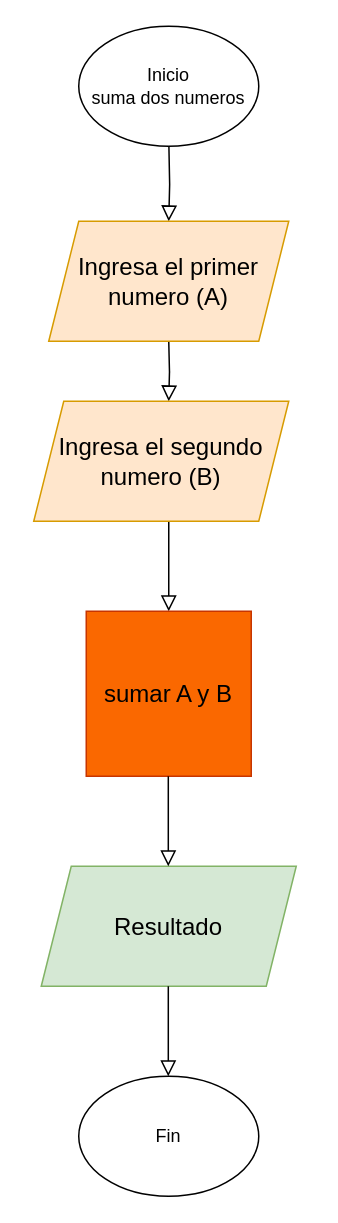
Above: code/Diagrama sin título.drawio in AxMar1221/algoritmos-diagramas (draw.io), before the change. Source tidied: cells renumbered, new cells numbered last; positions are measured from the earlier drawing's top-left corner, leaving out a move shared by most shapes. Both pictures are drawn from the tidied source at 150%, with x=0, y=0 at pixel (33, 26).
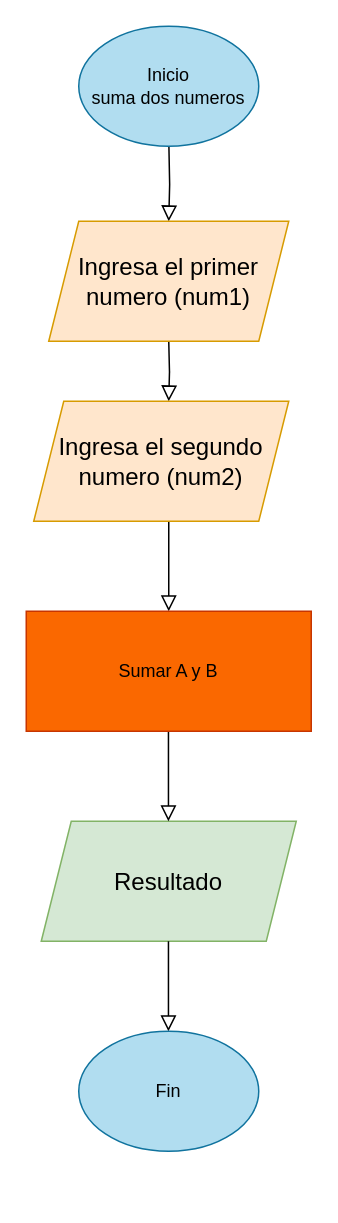
The same page after the edit.

Commit message:
sumar dos números.drawio

What changed in the source:
```diff
@@
 <mxGraphModel>
   <root>
     <mxCell id="0" />
     <mxCell id="1" parent="0" />
     <mxCell id="2" style="rounded=0;html=1;jettySize=auto;orthogonalLoop=1;fontSize=11;endArrow=block;endFill=0;endSize=8;strokeWidth=1;shadow=0;labelBackgroundColor=none;edgeStyle=orthogonalEdgeStyle;" parent="1" edge="1">
       <mxGeometry relative="1" as="geometry">
         <mxPoint x="90.1" y="80" as="sourcePoint" />
         <mxPoint x="90" y="130" as="targetPoint" />
       </mxGeometry>
     </mxCell>
     <mxCell id="3" style="rounded=0;html=1;jettySize=auto;orthogonalLoop=1;fontSize=11;endArrow=block;endFill=0;endSize=8;strokeWidth=1;shadow=0;labelBackgroundColor=none;edgeStyle=orthogonalEdgeStyle;" parent="1" edge="1">
       <mxGeometry y="20" relative="1" as="geometry">
         <mxPoint x="90" y="210" as="sourcePoint" />
         <mxPoint x="90" y="250" as="targetPoint" />
       </mxGeometry>
     </mxCell>
     <mxCell id="4" style="rounded=0;html=1;jettySize=auto;orthogonalLoop=1;fontSize=11;endArrow=block;endFill=0;endSize=8;strokeWidth=1;shadow=0;labelBackgroundColor=none;edgeStyle=orthogonalEdgeStyle;" parent="1" edge="1">
       <mxGeometry x="0.33" y="20" relative="1" as="geometry">
         <mxPoint x="90" y="330" as="sourcePoint" />
         <mxPoint x="90" y="390" as="targetPoint" />
       </mxGeometry>
     </mxCell>
-    <mxCell id="5" value="Ingresa el primer numero (A)" style="shape=parallelogram;perimeter=parallelogramPerimeter;whiteSpace=wrap;html=1;fixedSize=1;fontSize=16;fillColor=#ffe6cc;strokeColor=#d79b00;" parent="1" vertex="1">
+    <mxCell id="5" value="Ingresa el primer numero (num1)" style="shape=parallelogram;perimeter=parallelogramPerimeter;whiteSpace=wrap;html=1;fixedSize=1;fontSize=16;fillColor=#ffe6cc;strokeColor=#d79b00;" parent="1" vertex="1">
       <mxGeometry x="10" y="130" width="160" height="80" as="geometry" />
     </mxCell>
-    <mxCell id="6" value="Ingresa el segundo numero (B)" style="shape=parallelogram;perimeter=parallelogramPerimeter;whiteSpace=wrap;html=1;fixedSize=1;fontSize=16;fillColor=#ffe6cc;strokeColor=#d79b00;" parent="1" vertex="1">
+    <mxCell id="6" value="Ingresa el segundo numero (num2)" style="shape=parallelogram;perimeter=parallelogramPerimeter;whiteSpace=wrap;html=1;fixedSize=1;fontSize=16;fillColor=#ffe6cc;strokeColor=#d79b00;" parent="1" vertex="1">
       <mxGeometry y="250" width="170" height="80" as="geometry" />
     </mxCell>
-    <mxCell id="7" value="sumar A y B" style="whiteSpace=wrap;html=1;fontSize=16;fillColor=#fa6800;fontColor=#000000;strokeColor=#C73500;" parent="1" vertex="1">
-      <mxGeometry x="35" y="390" width="110" height="110" as="geometry" />
-    </mxCell>
     <mxCell id="8" value="Resultado" style="shape=parallelogram;perimeter=parallelogramPerimeter;whiteSpace=wrap;html=1;fixedSize=1;fontSize=16;fillColor=#d5e8d4;strokeColor=#82b366;" parent="1" vertex="1">
-      <mxGeometry x="5" y="560" width="170" height="80" as="geometry" />
+      <mxGeometry x="5" y="530" width="170" height="80" as="geometry" />
     </mxCell>
     <mxCell id="9" style="rounded=0;html=1;jettySize=auto;orthogonalLoop=1;fontSize=11;endArrow=block;endFill=0;endSize=8;strokeWidth=1;shadow=0;labelBackgroundColor=none;edgeStyle=orthogonalEdgeStyle;" parent="1" edge="1">
       <mxGeometry x="0.33" y="20" relative="1" as="geometry">
-        <mxPoint x="89.7" y="500" as="sourcePoint" />
-        <mxPoint x="89.7" y="560" as="targetPoint" />
+        <mxPoint x="89.8" y="470" as="sourcePoint" />
+        <mxPoint x="89.8" y="530" as="targetPoint" />
+        <Array as="points">
+          <mxPoint x="90.1" y="490" />
+          <mxPoint x="90.1" y="490" />
+        </Array>
       </mxGeometry>
     </mxCell>
     <mxCell id="10" style="rounded=0;html=1;jettySize=auto;orthogonalLoop=1;fontSize=11;endArrow=block;endFill=0;endSize=8;strokeWidth=1;shadow=0;labelBackgroundColor=none;edgeStyle=orthogonalEdgeStyle;" parent="1" edge="1">
       <mxGeometry x="0.33" y="20" relative="1" as="geometry">
-        <mxPoint x="89.7" y="640" as="sourcePoint" />
-        <mxPoint x="89.7" y="700" as="targetPoint" />
+        <mxPoint x="89.8" y="610" as="sourcePoint" />
+        <mxPoint x="89.8" y="670" as="targetPoint" />
       </mxGeometry>
     </mxCell>
-    <mxCell id="11" value="Inicio&lt;br style=&quot;border-color: var(--border-color);&quot;&gt;suma dos numeros" style="ellipse;whiteSpace=wrap;html=1;" parent="1" vertex="1">
+    <mxCell id="11" value="Inicio&lt;br style=&quot;border-color: var(--border-color);&quot;&gt;suma dos numeros" style="ellipse;whiteSpace=wrap;html=1;fillColor=#b1ddf0;strokeColor=#10739e;" parent="1" vertex="1">
       <mxGeometry x="30" width="120" height="80" as="geometry" />
     </mxCell>
-    <mxCell id="12" value="Fin" style="ellipse;whiteSpace=wrap;html=1;" parent="1" vertex="1">
-      <mxGeometry x="30" y="700" width="120" height="80" as="geometry" />
+    <mxCell id="12" value="Fin" style="ellipse;whiteSpace=wrap;html=1;fillColor=#b1ddf0;strokeColor=#10739e;" parent="1" vertex="1">
+      <mxGeometry x="30" y="670" width="120" height="80" as="geometry" />
     </mxCell>
+    <mxCell id="13" value="Sumar A y B" style="rounded=0;whiteSpace=wrap;html=1;fillColor=#fa6800;strokeColor=#C73500;fontColor=#000000;" parent="1" vertex="1">
+      <mxGeometry x="-5" y="390" width="190" height="80" as="geometry" />
+    </mxCell>
   </root>
 </mxGraphModel>
```
